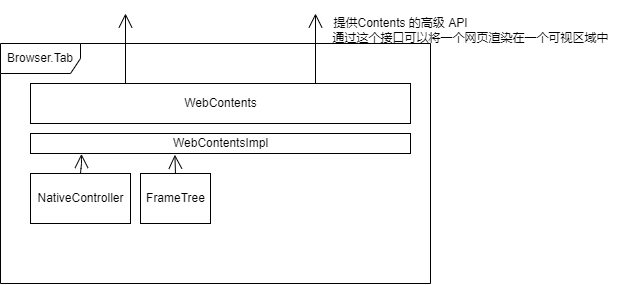
The draw.io diagram chromium/chromium/WebLoader/markdownimage/FrameTree.drawio.png in Oreoxp/StudyDiary, before a commit. Source tidied: cells renumbered, new cells last; positions are measured from the earlier drawing's top-left corner, leaving out a move shared by most shapes.
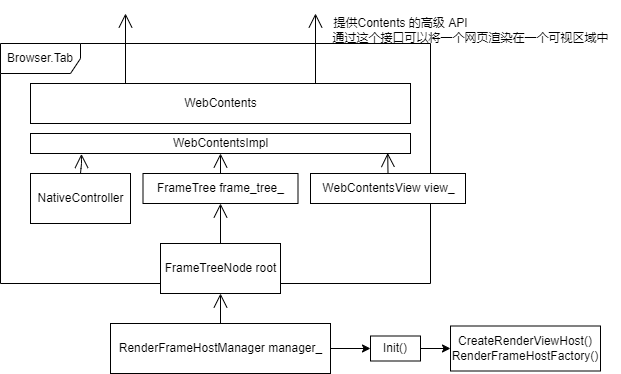
After the change.

Change to the diagram source:
```diff
@@ -27,8 +27,8 @@
     <mxCell id="8" value="WebContentsImpl" style="html=1;" parent="1" vertex="1">
       <mxGeometry x="30" y="125" width="380" height="20" as="geometry" />
     </mxCell>
-    <mxCell id="9" value="FrameTree" style="html=1;" parent="1" vertex="1">
-      <mxGeometry x="140" y="165" width="70" height="50" as="geometry" />
+    <mxCell id="9" value="FrameTreeNode root" style="html=1;" parent="1" vertex="1">
+      <mxGeometry x="160" y="235" width="120" height="50" as="geometry" />
     </mxCell>
     <mxCell id="10" value="NativeController" style="html=1;" parent="1" vertex="1">
       <mxGeometry x="30" y="165" width="100" height="50" as="geometry" />
@@ -40,8 +40,38 @@
         </Array>
       </mxGeometry>
     </mxCell>
-    <mxCell id="12" style="endArrow=open;endFill=1;endSize=12;html=1;exitX=0.5;exitY=0;exitDx=0;exitDy=0;entryX=0.38;entryY=1.061;entryDx=0;entryDy=0;entryPerimeter=0;" parent="1" edge="1" source="9" target="8">
+    <mxCell id="12" style="endArrow=open;endFill=1;endSize=12;html=1;exitX=0.5;exitY=0;exitDx=0;exitDy=0;entryX=0.5;entryY=1;entryDx=0;entryDy=0;" parent="1" edge="1" source="16" target="8">
       <mxGeometry relative="1" as="geometry" />
     </mxCell>
+    <mxCell id="13" style="edgeStyle=none;html=1;" parent="1" edge="1" source="14" target="19">
+      <mxGeometry relative="1" as="geometry" />
+    </mxCell>
+    <mxCell id="14" value="RenderFrameHostManager manager_" style="html=1;" parent="1" vertex="1">
+      <mxGeometry x="110" y="315" width="220" height="50" as="geometry" />
+    </mxCell>
+    <mxCell id="15" style="endArrow=open;endFill=1;endSize=12;html=1;exitX=0.5;exitY=0;exitDx=0;exitDy=0;entryX=0.5;entryY=1;entryDx=0;entryDy=0;" parent="1" edge="1" source="14" target="9">
+      <mxGeometry relative="1" as="geometry" />
+    </mxCell>
+    <mxCell id="16" value="FrameTree&amp;nbsp;frame_tree_" style="html=1;" parent="1" vertex="1">
+      <mxGeometry x="142.5" y="165" width="155" height="30" as="geometry" />
+    </mxCell>
+    <mxCell id="17" style="endArrow=open;endFill=1;endSize=12;html=1;exitX=0.5;exitY=0;exitDx=0;exitDy=0;entryX=0.5;entryY=1;entryDx=0;entryDy=0;" parent="1" edge="1" source="9" target="16">
+      <mxGeometry relative="1" as="geometry" />
+    </mxCell>
+    <mxCell id="18" style="edgeStyle=none;html=1;" parent="1" edge="1" source="19" target="20">
+      <mxGeometry relative="1" as="geometry" />
+    </mxCell>
+    <mxCell id="19" value="Init()" style="whiteSpace=wrap;html=1;" parent="1" vertex="1">
+      <mxGeometry x="370" y="327.5" width="50" height="25" as="geometry" />
+    </mxCell>
+    <mxCell id="20" value="CreateRenderViewHost()&lt;br&gt;RenderFrameHostFactory()" style="whiteSpace=wrap;html=1;" parent="1" vertex="1">
+      <mxGeometry x="450" y="317.5" width="150" height="45" as="geometry" />
+    </mxCell>
+    <mxCell id="21" value="WebContentsView view_" style="html=1;" parent="1" vertex="1">
+      <mxGeometry x="310" y="165" width="155" height="30" as="geometry" />
+    </mxCell>
+    <mxCell id="22" style="endArrow=open;endFill=1;endSize=12;html=1;exitX=0.5;exitY=0;exitDx=0;exitDy=0;entryX=0.94;entryY=0.972;entryDx=0;entryDy=0;entryPerimeter=0;" parent="1" edge="1" source="21" target="8">
+      <mxGeometry relative="1" as="geometry" />
+    </mxCell>
   </root>
 </mxGraphModel>
```
